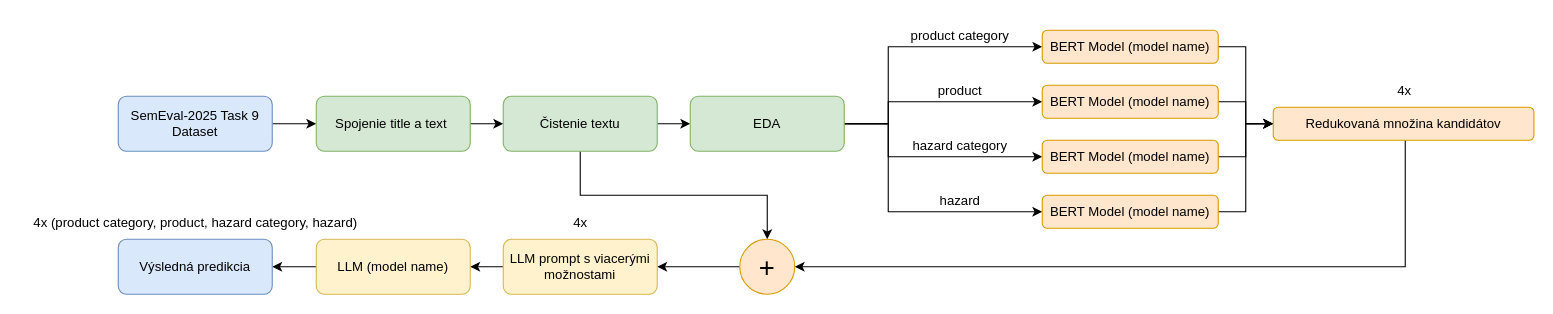
Before: graphs/baseline_pipeline.drawio in PinkFloppa/nlp-semeval-2025-task-9, a draw.io diagram. Source tidied: cells renumbered, new cells numbered last; positions are measured from the earlier drawing's top-left corner, leaving out a move shared by most shapes. Both pictures are drawn from the tidied source at 110%, with x=0, y=0 at pixel (19, 19).
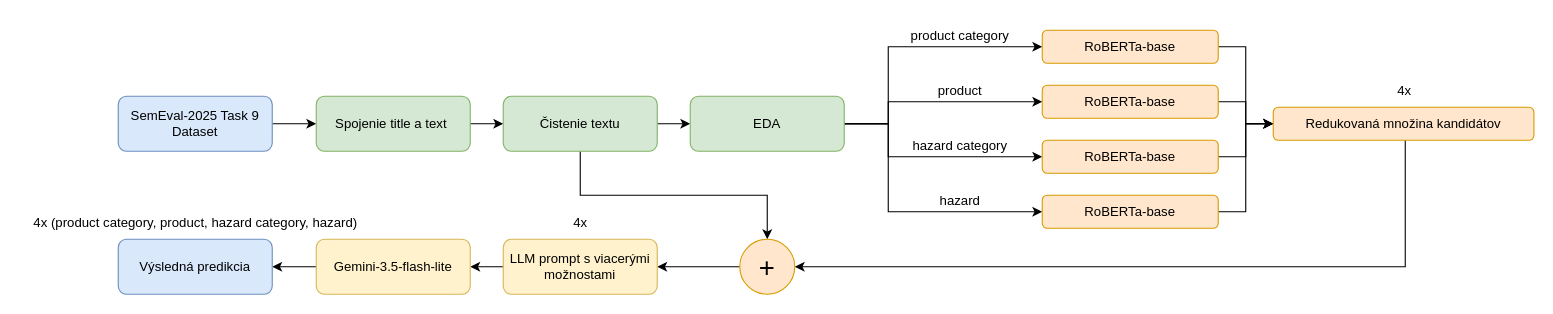
Above is the later version.

What changed in the source:
```diff
@@
-    <mxCell id="15" value="BERT Model (model name)" style="rounded=1;whiteSpace=wrap;html=1;fillColor=#ffe6cc;strokeColor=#d79b00;" parent="1" vertex="1">
+    <mxCell id="15" value="RoBERTa-base" style="rounded=1;whiteSpace=wrap;html=1;fillColor=#ffe6cc;strokeColor=#d79b00;" parent="1" vertex="1">
       <mxGeometry x="930" y="10" width="160" height="30" as="geometry" />
     </mxCell>
@@
-    <mxCell id="17" value="BERT Model (model name)" style="rounded=1;whiteSpace=wrap;html=1;fillColor=#ffe6cc;strokeColor=#d79b00;" parent="1" vertex="1">
+    <mxCell id="17" value="RoBERTa-base" style="rounded=1;whiteSpace=wrap;html=1;fillColor=#ffe6cc;strokeColor=#d79b00;" parent="1" vertex="1">
       <mxGeometry x="930" y="60" width="160" height="30" as="geometry" />
     </mxCell>
@@
-    <mxCell id="19" value="BERT Model (model name)" style="rounded=1;whiteSpace=wrap;html=1;fillColor=#ffe6cc;strokeColor=#d79b00;" parent="1" vertex="1">
+    <mxCell id="19" value="RoBERTa-base" style="rounded=1;whiteSpace=wrap;html=1;fillColor=#ffe6cc;strokeColor=#d79b00;" parent="1" vertex="1">
       <mxGeometry x="930" y="110" width="160" height="30" as="geometry" />
     </mxCell>
@@
-    <mxCell id="21" value="BERT Model (model name)" style="rounded=1;whiteSpace=wrap;html=1;fillColor=#ffe6cc;strokeColor=#d79b00;" parent="1" vertex="1">
+    <mxCell id="21" value="RoBERTa-base" style="rounded=1;whiteSpace=wrap;html=1;fillColor=#ffe6cc;strokeColor=#d79b00;" parent="1" vertex="1">
       <mxGeometry x="930" y="160" width="160" height="30" as="geometry" />
     </mxCell>
@@
-    <mxCell id="33" value="LLM (model name)" style="rounded=1;whiteSpace=wrap;html=1;fillColor=#fff2cc;strokeColor=#d6b656;" parent="1" vertex="1">
+    <mxCell id="33" value="Gemini-3.5-flash-lite" style="rounded=1;whiteSpace=wrap;html=1;fillColor=#fff2cc;strokeColor=#d6b656;" parent="1" vertex="1">
       <mxGeometry x="270" y="200" width="140" height="50" as="geometry" />
     </mxCell>
```
